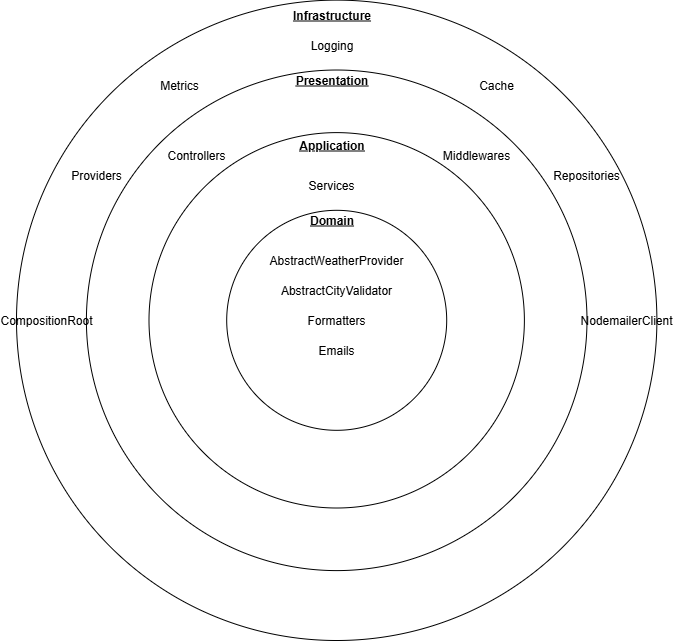
Before: docs/AppArchitecture.png, a diagram exported from draw.io (GenesisEducationKyiv/software-engineering-school-5-0-StasNikonov). Source tidied: cells renumbered, new cells last; positions are measured from the earlier drawing's top-left corner, leaving out a move shared by most shapes.
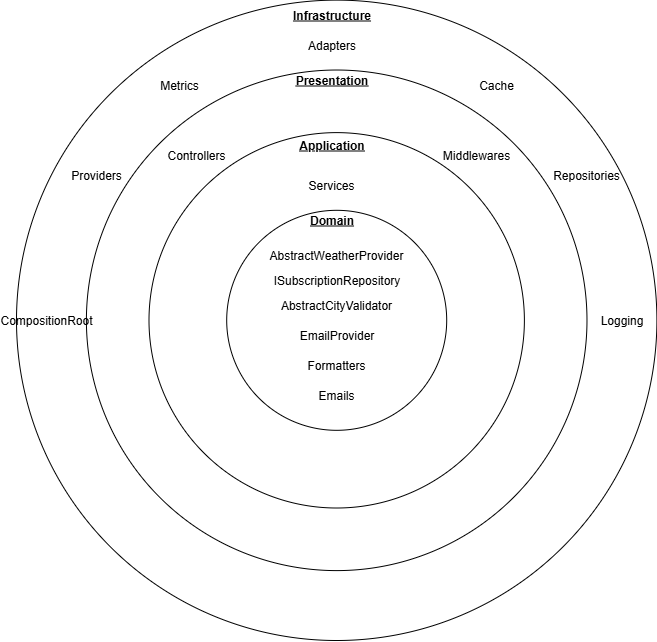
After the change.

Change to the diagram source:
```diff
@@ -41,9 +41,6 @@
     <mxCell id="14" value="CompositionRoot" style="text;html=1;align=center;verticalAlign=middle;whiteSpace=wrap;rounded=0;" parent="1" vertex="1">
       <mxGeometry y="304.8" width="60" height="30" as="geometry" />
     </mxCell>
-    <mxCell id="15" value="NodemailerClient" style="text;html=1;align=center;verticalAlign=middle;whiteSpace=wrap;rounded=0;" parent="1" vertex="1">
-      <mxGeometry x="580.4" y="304.8" width="60" height="30" as="geometry" />
-    </mxCell>
     <mxCell id="16" value="Controllers" style="text;html=1;align=center;verticalAlign=middle;whiteSpace=wrap;rounded=0;" parent="1" vertex="1">
       <mxGeometry x="150" y="140" width="60" height="30" as="geometry" />
     </mxCell>
@@ -54,19 +51,28 @@
       <mxGeometry x="285.2" y="170" width="60" height="30" as="geometry" />
     </mxCell>
     <mxCell id="19" value="AbstractWeatherProvider" style="text;html=1;align=center;verticalAlign=middle;whiteSpace=wrap;rounded=0;" parent="1" vertex="1">
-      <mxGeometry x="290.2" y="244.8" width="60" height="30" as="geometry" />
+      <mxGeometry x="290.2" y="240" width="60" height="30" as="geometry" />
     </mxCell>
     <mxCell id="20" value="AbstractCityValidator" style="text;html=1;align=center;verticalAlign=middle;whiteSpace=wrap;rounded=0;" parent="1" vertex="1">
-      <mxGeometry x="290.2" y="274.8" width="60" height="30" as="geometry" />
+      <mxGeometry x="290.2" y="290" width="60" height="30" as="geometry" />
     </mxCell>
     <mxCell id="21" value="Formatters" style="text;html=1;align=center;verticalAlign=middle;whiteSpace=wrap;rounded=0;" parent="1" vertex="1">
-      <mxGeometry x="290.2" y="304.8" width="60" height="30" as="geometry" />
+      <mxGeometry x="290.2" y="350" width="60" height="30" as="geometry" />
     </mxCell>
     <mxCell id="22" value="Emails" style="text;html=1;align=center;verticalAlign=middle;whiteSpace=wrap;rounded=0;" parent="1" vertex="1">
-      <mxGeometry x="290.2" y="334.8" width="60" height="30" as="geometry" />
+      <mxGeometry x="290.2" y="380" width="60" height="30" as="geometry" />
     </mxCell>
     <mxCell id="23" value="Logging" style="text;html=1;align=center;verticalAlign=middle;strokeColor=none;fillColor=none;" parent="1" vertex="1">
-      <mxGeometry x="280.2" y="29.6" width="70" height="30" as="geometry" />
+      <mxGeometry x="570.4" y="304.8" width="70" height="30" as="geometry" />
     </mxCell>
+    <mxCell id="24" value="EmailProvider" style="text;html=1;align=center;verticalAlign=middle;strokeColor=none;fillColor=none;" parent="1" vertex="1">
+      <mxGeometry x="270.2" y="320" width="100" height="30" as="geometry" />
+    </mxCell>
+    <mxCell id="25" value="ISubscriptionRepository" style="text;html=1;align=center;verticalAlign=middle;strokeColor=none;fillColor=none;" parent="1" vertex="1">
+      <mxGeometry x="245.2" y="264.8" width="150" height="30" as="geometry" />
+    </mxCell>
+    <mxCell id="26" value="Adapters" style="text;html=1;align=center;verticalAlign=middle;strokeColor=none;fillColor=none;" parent="1" vertex="1">
+      <mxGeometry x="280.2" y="29.6" width="70" height="30" as="geometry" />
+    </mxCell>
   </root>
 </mxGraphModel>
```
